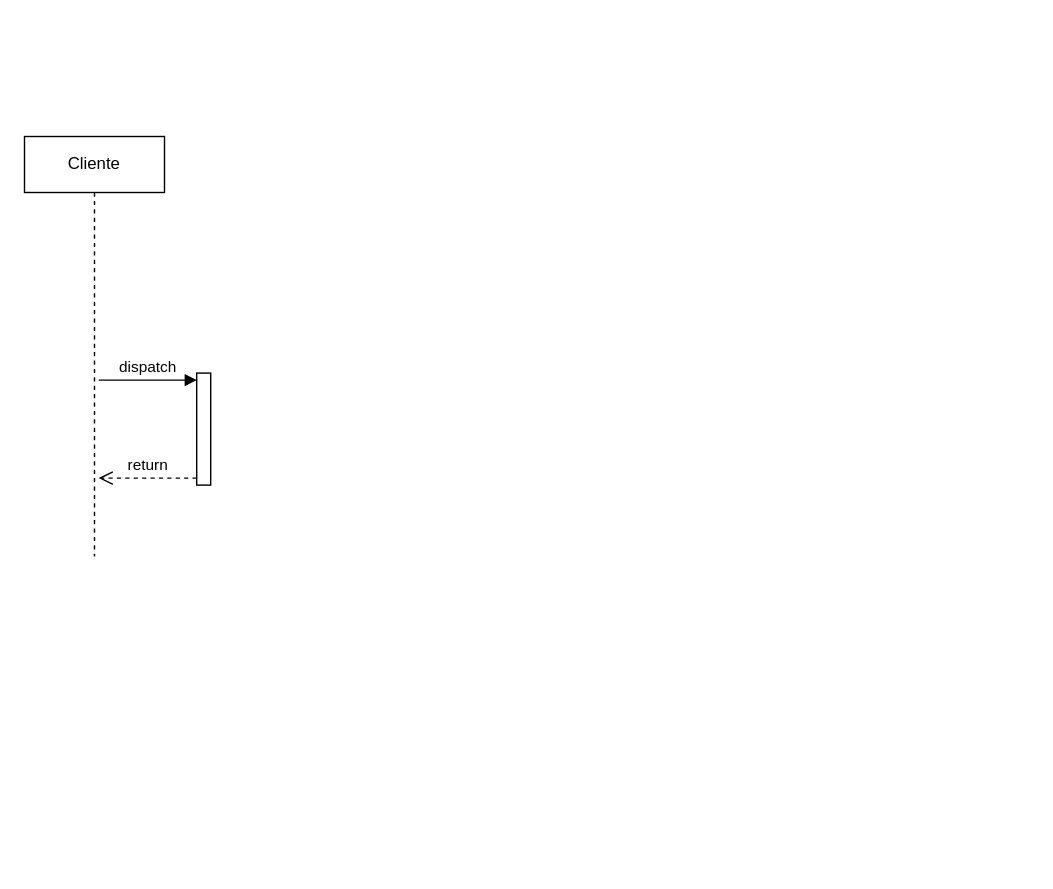
The draw.io diagram sequencia1.drawio in RailanSantana/diagrams, before the edit. Source tidied: cells renumbered, new cells numbered last; positions are measured from the earlier drawing's top-left corner, leaving out a move shared by most shapes. Both pictures are drawn from the tidied source at 140%, with x=0, y=0 at pixel (24, 136).
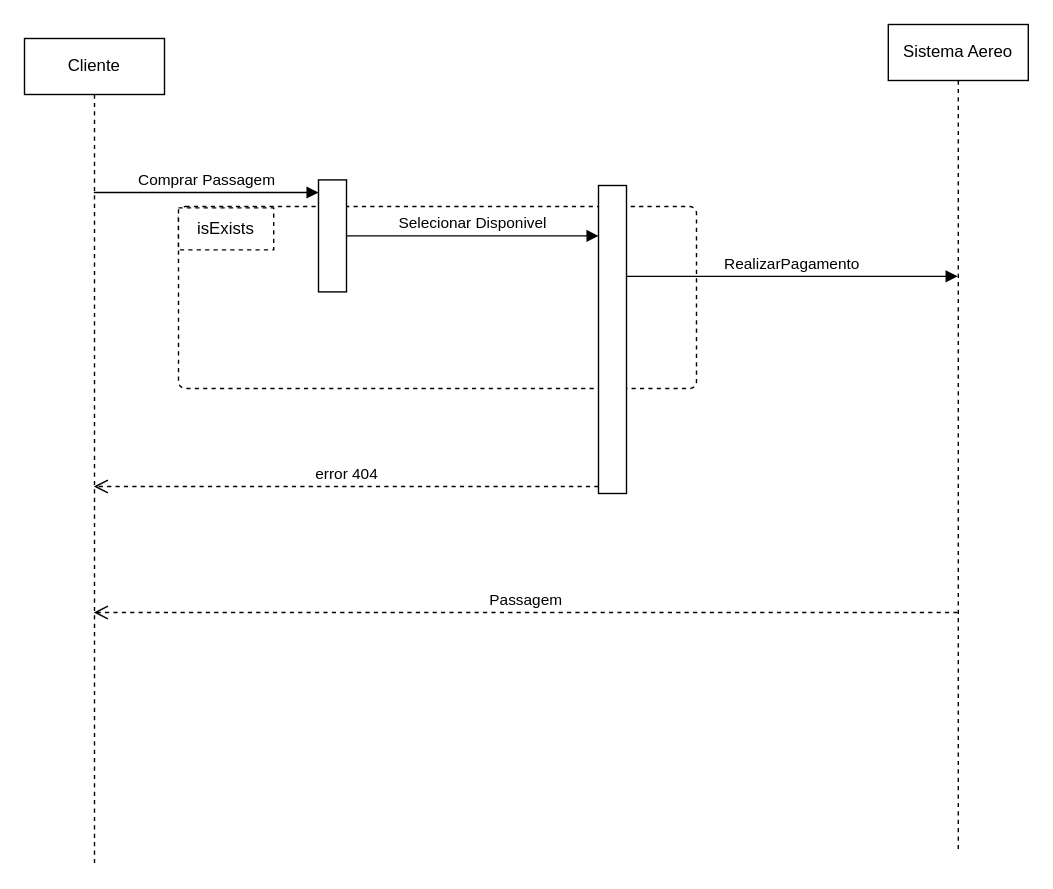
Above is the later version.

The edit, as a diff of the source:
```diff
@@
 <mxGraphModel>
   <root>
     <mxCell id="0" />
     <mxCell id="1" parent="0" />
+    <mxCell id="6" style="html=1;align=center;verticalAlign=top;rounded=1;absoluteArcSize=1;arcSize=10;dashed=1;whiteSpace=wrap;" parent="1" vertex="1">
+      <mxGeometry x="110" y="50" width="370" height="130" as="geometry" />
+    </mxCell>
     <mxCell id="2" style="html=1;points=[[0,0,0,0,5],[0,1,0,0,-5],[1,0,0,0,5],[1,1,0,0,-5]];perimeter=orthogonalPerimeter;outlineConnect=0;targetShapes=umlLifeline;portConstraint=eastwest;newEdgeStyle={&quot;curved&quot;:0,&quot;rounded&quot;:0};" parent="1" vertex="1">
-      <mxGeometry x="123" y="169" width="10" height="80" as="geometry" />
+      <mxGeometry x="210" y="31" width="20" height="80" as="geometry" />
     </mxCell>
-    <mxCell id="3" value="dispatch" style="html=1;verticalAlign=bottom;endArrow=block;curved=0;rounded=0;entryX=0;entryY=0;entryDx=0;entryDy=5;" parent="1" edge="1" target="2">
+    <mxCell id="3" value="Comprar Passagem" style="html=1;verticalAlign=bottom;endArrow=block;curved=0;rounded=0;entryX=0;entryY=0;entryDx=0;entryDy=5;" parent="1" edge="1">
       <mxGeometry relative="1" as="geometry">
-        <mxPoint x="53" y="174" as="sourcePoint" />
+        <mxPoint x="49.5" y="40" as="sourcePoint" />
+        <mxPoint x="210" y="40" as="targetPoint" />
       </mxGeometry>
     </mxCell>
-    <mxCell id="4" value="return" style="html=1;verticalAlign=bottom;endArrow=open;dashed=1;endSize=8;curved=0;rounded=0;exitX=0;exitY=1;exitDx=0;exitDy=-5;" parent="1" edge="1" source="2">
-      <mxGeometry relative="1" as="geometry">
-        <mxPoint x="53" y="244" as="targetPoint" />
-      </mxGeometry>
-    </mxCell>
     <mxCell id="5" value="Cliente" style="shape=umlLifeline;perimeter=lifelinePerimeter;whiteSpace=wrap;html=1;outlineConnect=0;portConstraint=eastwest;newEdgeStyle={&quot;curved&quot;:0,&quot;rounded&quot;:0};" parent="1" vertex="1">
-      <mxGeometry width="100" height="300" as="geometry" />
+      <mxGeometry y="-70" width="100" height="590" as="geometry" />
     </mxCell>
+    <mxCell id="7" style="html=1;points=[[0,0,0,0,5],[0,1,0,0,-5],[1,0,0,0,5],[1,1,0,0,-5]];perimeter=orthogonalPerimeter;outlineConnect=0;targetShapes=umlLifeline;portConstraint=eastwest;newEdgeStyle={&quot;curved&quot;:0,&quot;rounded&quot;:0};" parent="1" vertex="1">
+      <mxGeometry x="410" y="35" width="20" height="220" as="geometry" />
+    </mxCell>
+    <mxCell id="8" value="Selecionar Disponivel" style="html=1;verticalAlign=bottom;endArrow=block;curved=0;rounded=0;" parent="1" edge="1" source="2" target="7">
+      <mxGeometry relative="1" as="geometry" />
+    </mxCell>
+    <mxCell id="9" value="isExists" style="fontStyle=0;dashed=1;html=1;whiteSpace=wrap;" parent="1" vertex="1">
+      <mxGeometry x="110" y="51" width="68" height="30" as="geometry" />
+    </mxCell>
+    <mxCell id="10" value="error 404" style="html=1;verticalAlign=bottom;endArrow=open;dashed=1;endSize=8;curved=0;rounded=0;exitX=0;exitY=1;exitDx=0;exitDy=-5;" parent="1" edge="1" target="5">
+      <mxGeometry relative="1" as="geometry">
+        <mxPoint x="410" y="250" as="sourcePoint" />
+      </mxGeometry>
+    </mxCell>
+    <mxCell id="11" value="Sistema Aereo" style="shape=umlLifeline;perimeter=lifelinePerimeter;whiteSpace=wrap;html=1;outlineConnect=0;portConstraint=eastwest;newEdgeStyle={&quot;curved&quot;:0,&quot;rounded&quot;:0};" parent="1" vertex="1">
+      <mxGeometry x="617" y="-80" width="100" height="590" as="geometry" />
+    </mxCell>
+    <mxCell id="12" value="RealizarPagamento" style="html=1;verticalAlign=bottom;endArrow=block;curved=0;rounded=0;exitX=1;exitY=0.295;exitDx=0;exitDy=0;exitPerimeter=0;" parent="1" edge="1" source="7" target="11">
+      <mxGeometry relative="1" as="geometry" />
+    </mxCell>
+    <mxCell id="13" value="Passagem" style="html=1;verticalAlign=bottom;endArrow=open;dashed=1;endSize=8;curved=0;rounded=0;" parent="1" edge="1">
+      <mxGeometry relative="1" as="geometry">
+        <mxPoint x="666.5" y="340" as="sourcePoint" />
+        <mxPoint x="49.5" y="340" as="targetPoint" />
+      </mxGeometry>
+    </mxCell>
   </root>
 </mxGraphModel>
```
